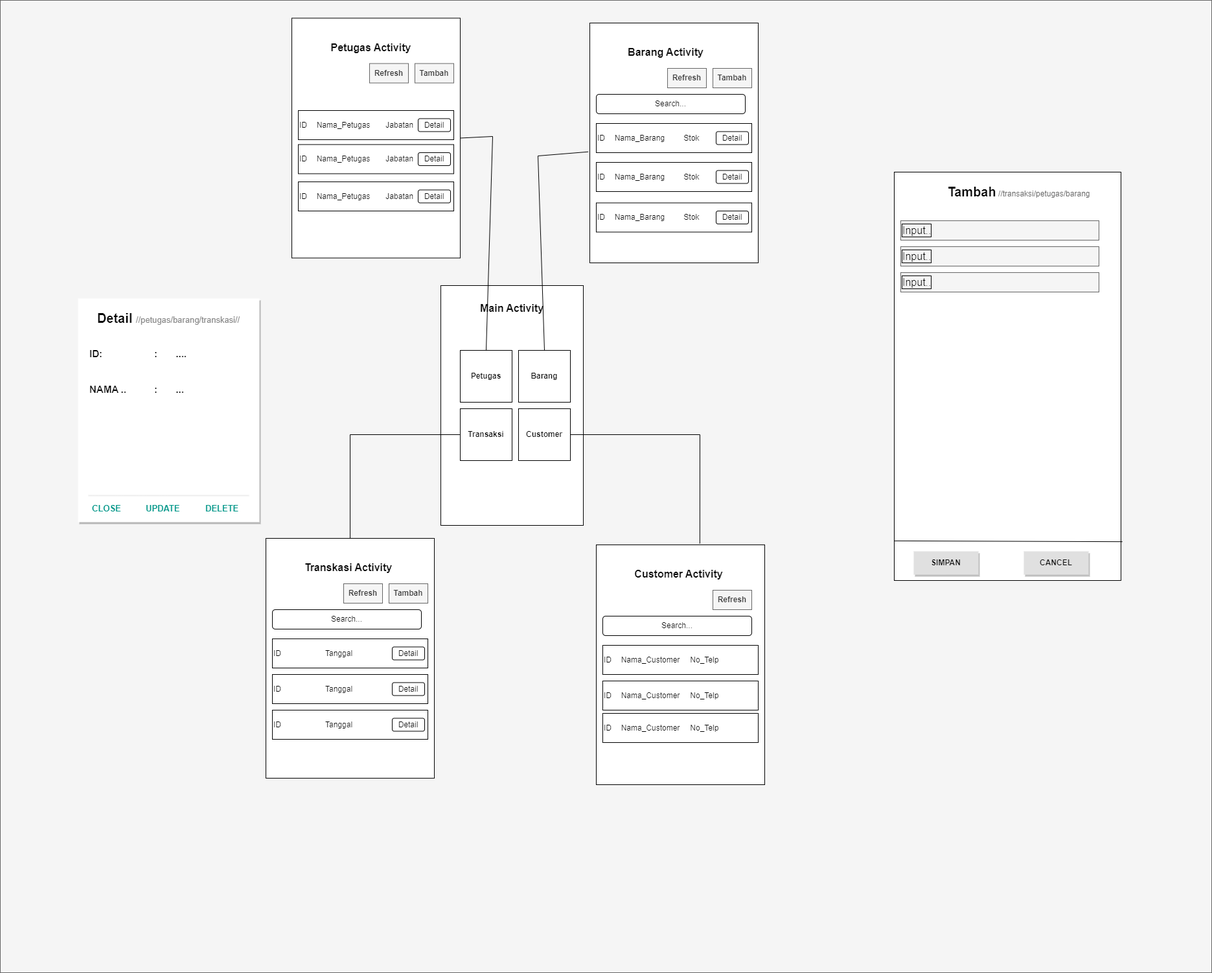
The draw.io diagram Designactivity.drawio.png in MountZ1/PR_PenjualanHandPhone_ArdiSaputraTIP-21.2, before a commit. Source tidied: cells renumbered, new cells last; positions are measured from the earlier drawing's top-left corner, leaving out a move shared by most shapes.
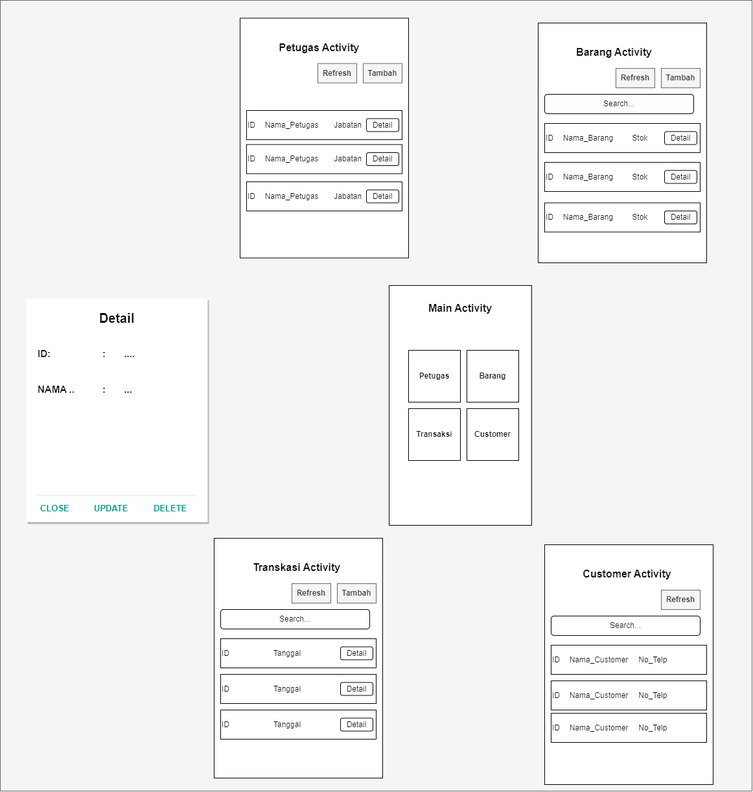
The same diagram one commit later.

Diff of the diagram source:
```diff
@@ -3,11 +3,8 @@
     <mxCell id="0" />
     <mxCell id="1" parent="0" />
     <mxCell id="2" style="rounded=0;whiteSpace=wrap;html=1;fillColor=#f5f5f5;fontColor=#333333;strokeColor=#666666;" parent="1" vertex="1">
-      <mxGeometry width="1870" height="1500" as="geometry" />
+      <mxGeometry x="80" width="1160" height="1220" as="geometry" />
     </mxCell>
-    <mxCell id="3" style="rounded=0;whiteSpace=wrap;html=1;" parent="1" vertex="1">
-      <mxGeometry x="1390" y="340" width="320" height="40" as="geometry" />
-    </mxCell>
     <mxCell id="4" style="rounded=0;whiteSpace=wrap;html=1;" parent="1" vertex="1">
       <mxGeometry x="1060" y="105" width="60" height="30" as="geometry" />
     </mxCell>
@@ -74,13 +71,6 @@
     <mxCell id="25" value="Detail" style="rounded=1;whiteSpace=wrap;html=1;" parent="1" vertex="1">
       <mxGeometry x="1105" y="262.5" width="50" height="20" as="geometry" />
     </mxCell>
-    <mxCell id="26" style="endArrow=none;html=1;rounded=0;exitX=0.5;exitY=0;exitDx=0;exitDy=0;entryX=-0.009;entryY=0.537;entryDx=0;entryDy=0;entryPerimeter=0;" parent="1" edge="1" source="7" target="15">
-      <mxGeometry relative="1" as="geometry">
-        <Array as="points">
-          <mxPoint x="830" y="240" />
-        </Array>
-      </mxGeometry>
-    </mxCell>
     <mxCell id="27" style="rounded=0;whiteSpace=wrap;html=1;" parent="1" vertex="1">
       <mxGeometry x="600" y="97.5" width="60" height="30" as="geometry" />
     </mxCell>
@@ -114,13 +104,6 @@
     <mxCell id="37" value="Detail" style="rounded=1;whiteSpace=wrap;html=1;" parent="1" vertex="1">
       <mxGeometry x="645" y="182.5" width="50" height="20" as="geometry" />
     </mxCell>
-    <mxCell id="38" style="endArrow=none;html=1;rounded=0;exitX=0.5;exitY=0;exitDx=0;exitDy=0;entryX=1;entryY=0.5;entryDx=0;entryDy=0;" parent="1" edge="1" source="6" target="28">
-      <mxGeometry relative="1" as="geometry">
-        <Array as="points">
-          <mxPoint x="760" y="210" />
-        </Array>
-      </mxGeometry>
-    </mxCell>
     <mxCell id="39" style="rounded=0;whiteSpace=wrap;html=1;" parent="1" vertex="1">
       <mxGeometry x="1070" y="910" width="60" height="30" as="geometry" />
     </mxCell>
@@ -145,13 +128,6 @@
     <mxCell id="46" value="ID &lt;span style=&quot;white-space: pre;&quot;&gt;&#9;&lt;/span&gt;Nama_Customer&lt;span style=&quot;white-space: pre;&quot;&gt;&#9;&lt;/span&gt;No_Telp" style="rounded=0;whiteSpace=wrap;html=1;align=left;" parent="1" vertex="1">
       <mxGeometry x="930" y="1100" width="240" height="45" as="geometry" />
     </mxCell>
-    <mxCell id="47" style="endArrow=none;html=1;rounded=0;exitX=1;exitY=0.5;exitDx=0;exitDy=0;entryX=0.615;entryY=-0.005;entryDx=0;entryDy=0;entryPerimeter=0;" parent="1" edge="1" source="8" target="40">
-      <mxGeometry relative="1" as="geometry">
-        <Array as="points">
-          <mxPoint x="1080" y="670" />
-        </Array>
-      </mxGeometry>
-    </mxCell>
     <mxCell id="48" style="rounded=0;whiteSpace=wrap;html=1;" parent="1" vertex="1">
       <mxGeometry x="560" y="900" width="60" height="30" as="geometry" />
     </mxCell>
@@ -197,7 +173,7 @@
     <mxCell id="62" style="shape=rect;fillColor=default;strokeColor=none;shadow=1;fontStyle=1;fontSize=14;align=center;strokeWidth=4;gradientColor=none;fillStyle=solid;" parent="1" vertex="1">
       <mxGeometry x="120" y="460" width="280" height="345" as="geometry" />
     </mxCell>
-    <mxCell id="63" value="Detail &lt;font color=&quot;#858585&quot; style=&quot;font-size: 13px; font-weight: normal;&quot;&gt;//petugas/barang/transkasi//&lt;/font&gt;" style="text;verticalAlign=middle;spacing=16;fontSize=20;fontStyle=1;whiteSpace=wrap;html=1;align=center;" parent="62" vertex="1">
+    <mxCell id="63" value="Detail" style="text;verticalAlign=middle;spacing=16;fontSize=20;fontStyle=1;whiteSpace=wrap;html=1;align=center;" parent="62" vertex="1">
       <mxGeometry width="280" height="60" relative="1" as="geometry" />
     </mxCell>
     <mxCell id="64" value="ID:&lt;span style=&quot;white-space: pre;&quot;&gt;&#9;&lt;/span&gt;&lt;span style=&quot;white-space: pre;&quot;&gt;&#9;&lt;/span&gt;&lt;span style=&quot;white-space: pre;&quot;&gt;&#9;&lt;/span&gt;:&lt;span style=&quot;white-space: pre;&quot;&gt;&#9;&lt;/span&gt;...." style="text;fontSize=15;spacing=2;spacingLeft=16;fontStyle=1;whiteSpace=wrap;html=1;" parent="62" vertex="1">
@@ -230,42 +206,5 @@
         <mxPoint x="-177" y="-42" as="offset" />
       </mxGeometry>
     </mxCell>
-    <mxCell id="70" style="endArrow=none;html=1;rounded=0;entryX=0;entryY=0.5;entryDx=0;entryDy=0;exitX=0.5;exitY=0;exitDx=0;exitDy=0;" parent="1" edge="1" source="49" target="9">
-      <mxGeometry relative="1" as="geometry">
-        <Array as="points">
-          <mxPoint x="540" y="670" />
-        </Array>
-      </mxGeometry>
-    </mxCell>
-    <mxCell id="71" style="rounded=0;whiteSpace=wrap;html=1;" parent="1" vertex="1">
-      <mxGeometry x="1380" y="265" width="350" height="630" as="geometry" />
-    </mxCell>
-    <mxCell id="72" value="&lt;b&gt;&lt;font style=&quot;font-size: 20px;&quot;&gt;Tambah&lt;/font&gt;&lt;/b&gt; &lt;font color=&quot;#5e5e5e&quot;&gt;//transaksi/petugas/barang&lt;/font&gt;" style="text;html=1;strokeColor=none;fillColor=none;align=center;verticalAlign=middle;whiteSpace=wrap;rounded=0;" parent="1" vertex="1">
-      <mxGeometry x="1455" y="280" width="235" height="30" as="geometry" />
-    </mxCell>
-    <mxCell id="73" value="&lt;font color=&quot;#000000&quot;&gt;Input..&lt;/font&gt;" style="text;fontColor=#808080;fontSize=16;verticalAlign=middle;strokeColor=none;fillColor=none;whiteSpace=wrap;html=1;" parent="1" vertex="1">
-      <mxGeometry x="1390" y="380" width="306" height="30" as="geometry" />
-    </mxCell>
-    <mxCell id="74" value="&lt;font color=&quot;#000000&quot;&gt;Input..&lt;/font&gt;" style="text;fontColor=#808080;fontSize=16;verticalAlign=middle;strokeColor=none;fillColor=none;whiteSpace=wrap;html=1;" parent="1" vertex="1">
-      <mxGeometry x="1390" y="420" width="306" height="30" as="geometry" />
-    </mxCell>
-    <mxCell id="75" style="endArrow=none;html=1;rounded=0;exitX=-0.001;exitY=0.903;exitDx=0;exitDy=0;exitPerimeter=0;entryX=1.006;entryY=0.905;entryDx=0;entryDy=0;entryPerimeter=0;" parent="1" edge="1" source="71" target="71">
-      <mxGeometry relative="1" as="geometry" />
-    </mxCell>
-    <mxCell id="76" value="SIMPAN" style="whiteSpace=wrap;html=1;dashed=0;align=center;fontSize=12;shape=rect;fillColor=#e0e0e0;strokeColor=none;fontStyle=1;shadow=1;" parent="1" vertex="1">
-      <mxGeometry x="1410" y="850" width="100" height="36" as="geometry" />
-    </mxCell>
-    <mxCell id="77" value="CANCEL" style="whiteSpace=wrap;html=1;dashed=0;align=center;fontSize=12;shape=rect;fillColor=#e0e0e0;strokeColor=none;fontStyle=1;shadow=1;" parent="1" vertex="1">
-      <mxGeometry x="1580" y="850" width="100" height="36" as="geometry" />
-    </mxCell>
-    <mxCell id="78" value="&lt;font color=&quot;#000000&quot;&gt;Input..&lt;/font&gt;" style="text;fontSize=16;verticalAlign=middle;whiteSpace=wrap;html=1;labelBorderColor=default;fillColor=#f5f5f5;fontColor=#333333;strokeColor=#666666;" parent="1" vertex="1">
-      <mxGeometry x="1390" y="340" width="306" height="30" as="geometry" />
-    </mxCell>
-    <mxCell id="79" value="&lt;font color=&quot;#000000&quot;&gt;Input..&lt;/font&gt;" style="text;fontSize=16;verticalAlign=middle;whiteSpace=wrap;html=1;labelBorderColor=default;fillColor=#f5f5f5;fontColor=#333333;strokeColor=#666666;" parent="1" vertex="1">
-      <mxGeometry x="1390" y="380" width="306" height="30" as="geometry" />
-    </mxCell>
-    <mxCell id="80" value="&lt;font color=&quot;#000000&quot;&gt;Input..&lt;/font&gt;" style="text;fontSize=16;verticalAlign=middle;whiteSpace=wrap;html=1;labelBorderColor=default;fillColor=#f5f5f5;fontColor=#333333;strokeColor=#666666;" parent="1" vertex="1">
-      <mxGeometry x="1390" y="420" width="306" height="30" as="geometry" />
-    </mxCell>
   </root>
 </mxGraphModel>
```
